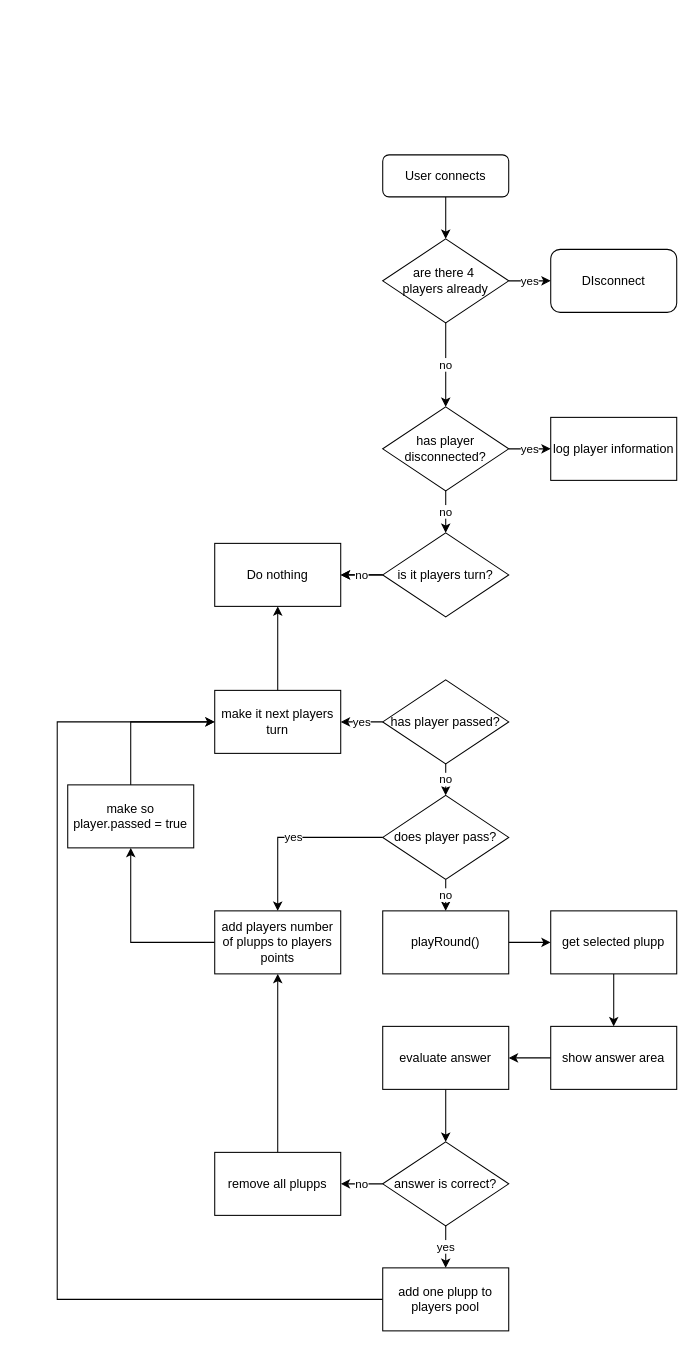
The draw.io diagram Untitled Diagram.drawio in barr3/Smart10, before the edit. Source tidied: cells renumbered, new cells numbered last; positions are measured from the earlier drawing's top-left corner, leaving out a move shared by most shapes. Both pictures are drawn from the tidied source at 105%, with x=0, y=0 at pixel (57, 154).
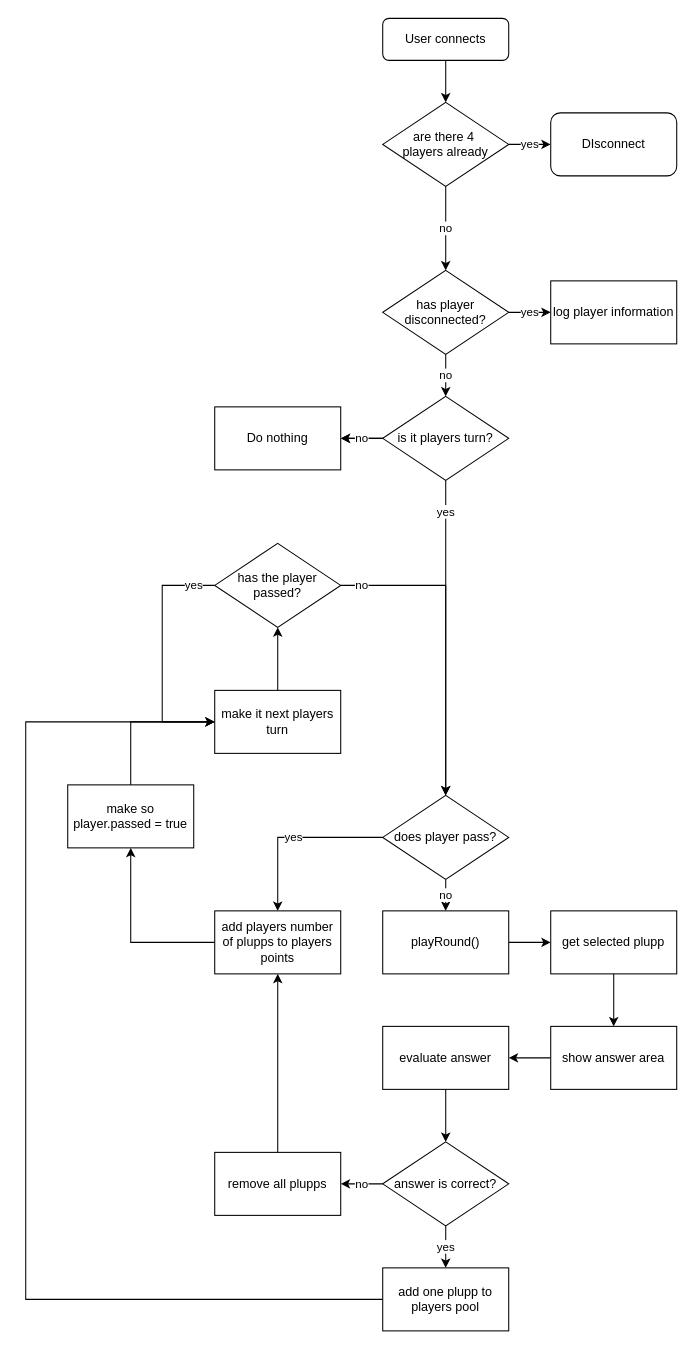
The same page after the edit.

The change refers to these unchanged cells:
```xml
<mxCell id="33" value="make it next players turn" style="whiteSpace=wrap;html=1;" parent="1" vertex="1">
  <mxGeometry x="150" y="510" width="120" height="60" as="geometry" />
</mxCell>
<mxCell id="35" value="add one plupp to players pool" style="whiteSpace=wrap;html=1;" parent="1" vertex="1">
  <mxGeometry x="310" y="1060" width="120" height="60" as="geometry" />
</mxCell>
<mxCell id="38" value="does player pass?" style="rhombus;whiteSpace=wrap;html=1;" parent="1" vertex="1">
  <mxGeometry x="310" y="610" width="120" height="80" as="geometry" />
</mxCell>
```

The edit, as a diff of the source:
```diff
@@
     <mxCell id="3" value="User connects" style="rounded=1;whiteSpace=wrap;html=1;fontSize=12;glass=0;strokeWidth=1;shadow=0;" parent="1" vertex="1">
-      <mxGeometry x="310" width="120" height="40" as="geometry" />
+      <mxGeometry x="310" y="-130" width="120" height="40" as="geometry" />
     </mxCell>
@@
     <mxCell id="6" value="are there 4&amp;nbsp;&lt;br&gt;players already" style="rhombus;whiteSpace=wrap;html=1;" parent="1" vertex="1">
-      <mxGeometry x="310" y="80" width="120" height="80" as="geometry" />
+      <mxGeometry x="310" y="-50" width="120" height="80" as="geometry" />
     </mxCell>
     <mxCell id="7" value="DIsconnect" style="rounded=1;whiteSpace=wrap;html=1;" parent="1" vertex="1">
-      <mxGeometry x="470" y="90" width="120" height="60" as="geometry" />
+      <mxGeometry x="470" y="-40" width="120" height="60" as="geometry" />
     </mxCell>
@@
     <mxCell id="10" value="has player disconnected?" style="rhombus;whiteSpace=wrap;html=1;" parent="1" vertex="1">
-      <mxGeometry x="310" y="240" width="120" height="80" as="geometry" />
+      <mxGeometry x="310" y="110" width="120" height="80" as="geometry" />
     </mxCell>
     <mxCell id="11" value="log player information" style="whiteSpace=wrap;html=1;" parent="1" vertex="1">
-      <mxGeometry x="470" y="250" width="120" height="60" as="geometry" />
+      <mxGeometry x="470" y="120" width="120" height="60" as="geometry" />
     </mxCell>
@@
+    <mxCell id="43" value="yes" style="edgeStyle=orthogonalEdgeStyle;rounded=0;jettySize=auto;html=1;" parent="1" edge="1" source="14" target="38">
+      <mxGeometry x="-0.8" relative="1" as="geometry" />
+    </mxCell>
     <mxCell id="14" value="is it players turn?" style="rhombus;whiteSpace=wrap;html=1;" parent="1" vertex="1">
-      <mxGeometry x="310" y="360" width="120" height="80" as="geometry" />
+      <mxGeometry x="310" y="230" width="120" height="80" as="geometry" />
     </mxCell>
@@
     <mxCell id="17" value="Do nothing" style="whiteSpace=wrap;html=1;" parent="1" vertex="1">
-      <mxGeometry x="150" y="370" width="120" height="60" as="geometry" />
+      <mxGeometry x="150" y="240" width="120" height="60" as="geometry" />
     </mxCell>
@@
-    <mxCell id="29" value="yes" style="edgeStyle=orthogonalEdgeStyle;rounded=0;jettySize=auto;html=1;" parent="1" edge="1" source="31" target="33">
-      <mxGeometry relative="1" as="geometry" />
-    </mxCell>
-    <mxCell id="30" value="no" style="edgeStyle=orthogonalEdgeStyle;rounded=0;jettySize=auto;html=1;" parent="1" edge="1" source="31" target="38">
-      <mxGeometry relative="1" as="geometry" />
-    </mxCell>
-    <mxCell id="31" value="has player passed?" style="rhombus;whiteSpace=wrap;html=1;" parent="1" vertex="1">
-      <mxGeometry x="310" y="500" width="120" height="80" as="geometry" />
-    </mxCell>
-    <mxCell id="32" style="edgeStyle=orthogonalEdgeStyle;rounded=0;jettySize=auto;html=1;" parent="1" edge="1" source="33" target="17">
-      <mxGeometry relative="1" as="geometry" />
-    </mxCell>
+    <mxCell id="44" style="edgeStyle=orthogonalEdgeStyle;rounded=0;jettySize=auto;html=1;" parent="1" edge="1" source="33" target="46">
+      <mxGeometry relative="1" as="geometry" />
+    </mxCell>
@@
-    <mxCell id="34" style="edgeStyle=orthogonalEdgeStyle;rounded=0;jettySize=auto;html=1;" parent="1" edge="1" source="35" target="33">
+    <mxCell id="34" style="edgeStyle=orthogonalEdgeStyle;rounded=0;jettySize=auto;html=1;entryX=0;entryY=0.5;entryDx=0;entryDy=0;" parent="1" edge="1" source="35" target="33">
       <mxGeometry relative="1" as="geometry">
         <Array as="points">
-          <mxPoint y="1090" />
-          <mxPoint y="540" />
+          <mxPoint x="-30" y="1090" />
+          <mxPoint x="-30" y="540" />
         </Array>
       </mxGeometry>
     </mxCell>
@@
+    <mxCell id="45" value="yes" style="edgeStyle=orthogonalEdgeStyle;rounded=0;jettySize=auto;html=1;" parent="1" edge="1" source="46" target="33">
+      <mxGeometry x="-0.83" relative="1" as="geometry">
+        <Array as="points">
+          <mxPoint x="100" y="410" />
+          <mxPoint x="100" y="540" />
+        </Array>
+      </mxGeometry>
+    </mxCell>
+    <mxCell id="30" value="no" style="edgeStyle=orthogonalEdgeStyle;rounded=0;jettySize=auto;html=1;" parent="1" edge="1" source="46" target="38">
+      <mxGeometry x="-0.87" relative="1" as="geometry" />
+    </mxCell>
+    <mxCell id="46" value="&lt;div&gt;has the player &lt;br&gt;&lt;/div&gt;&lt;div&gt;passed?&lt;br&gt;&lt;/div&gt;" style="rhombus;whiteSpace=wrap;html=1;" parent="1" vertex="1">
+      <mxGeometry x="150" y="370" width="120" height="80" as="geometry" />
+    </mxCell>
```
